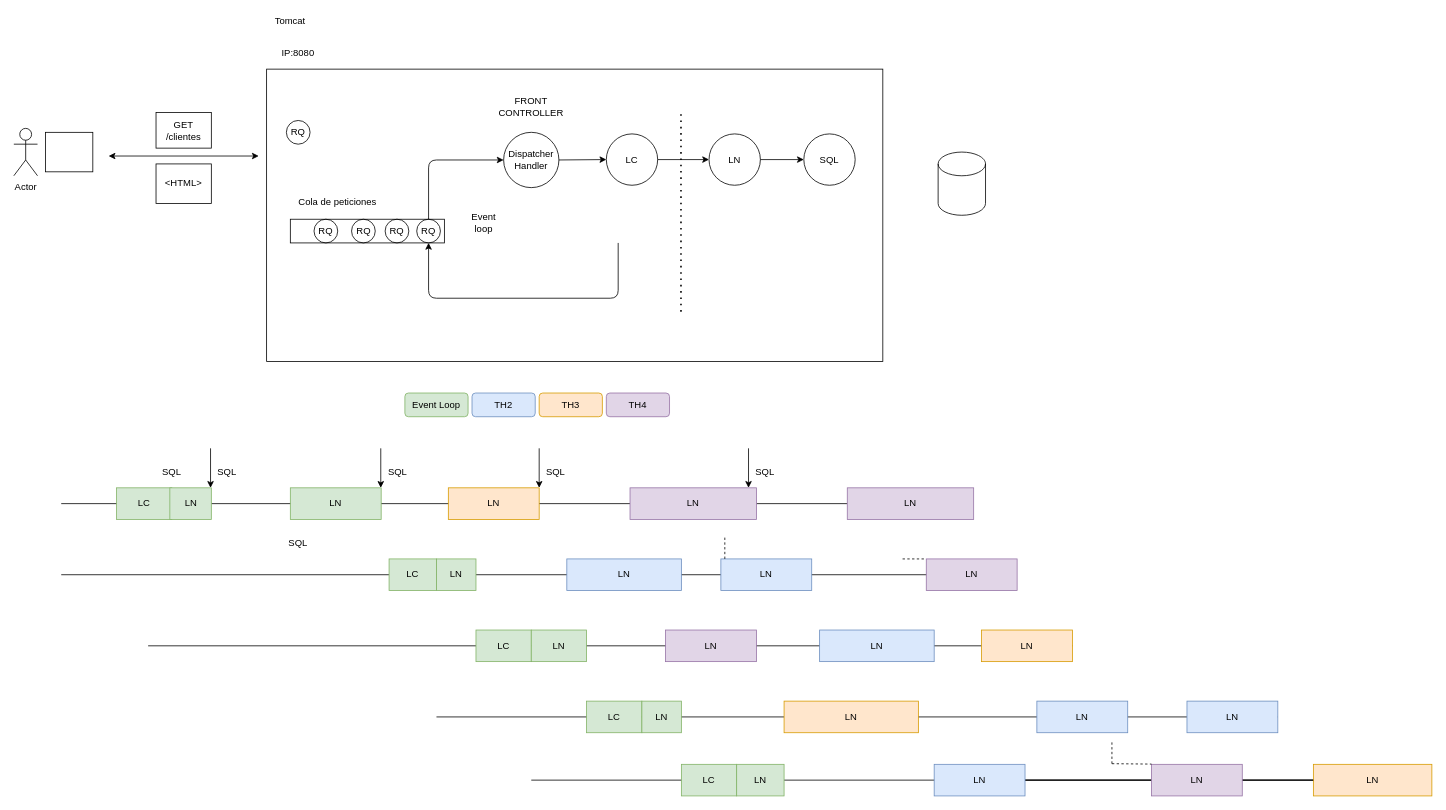
lrag/WebFlux keeps this draw.io diagram as page "Página-13" (13 of 20) of panel_microservicios_webflux_05_2022.drawio. Above is the earlier version. Source tidied: cells renumbered, new cells numbered last; positions are measured from the earlier drawing's top-left corner, leaving out a move shared by most shapes. Both pictures are drawn from the tidied source at 79%, with x=0, y=0 at pixel (13, 13).
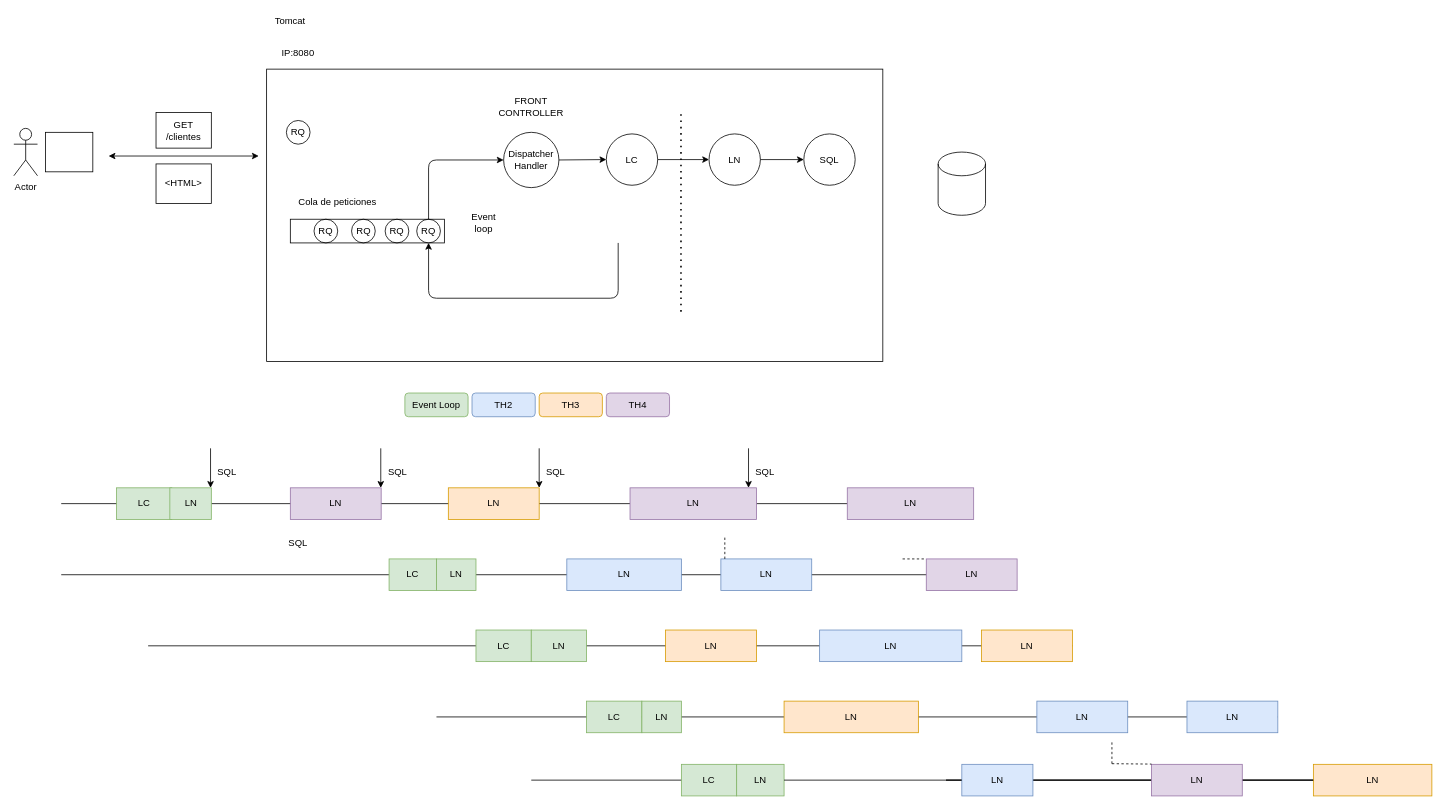
Above is the later version.

The change refers to these unchanged cells:
```xml
<mxCell id="58" value="LN" style="rounded=0;whiteSpace=wrap;html=1;fillColor=#ffe6cc;strokeColor=#d79b00;" parent="1" vertex="1">
  <mxGeometry x="1645" y="950" width="150" height="40" as="geometry" />
</mxCell>
<mxCell id="80" value="LN" style="rounded=0;whiteSpace=wrap;html=1;fillColor=#d5e8d4;strokeColor=#82b366;" parent="1" vertex="1">
  <mxGeometry x="915" y="950" width="60" height="40" as="geometry" />
</mxCell>
```

What changed in the source:
```diff
@@
-    <mxCell id="30" value="LN" style="rounded=0;whiteSpace=wrap;html=1;fillColor=#d5e8d4;strokeColor=#82b366;" parent="1" vertex="1">
+    <mxCell id="30" value="LN" style="rounded=0;whiteSpace=wrap;html=1;fillColor=#e1d5e7;strokeColor=#9673a6;" parent="1" vertex="1">
       <mxGeometry x="350" y="600" width="115" height="40" as="geometry" />
     </mxCell>
-    <mxCell id="31" value="SQL" style="text;html=1;strokeColor=none;fillColor=none;align=center;verticalAlign=middle;whiteSpace=wrap;rounded=0;" parent="1" vertex="1">
-      <mxGeometry x="180" y="570" width="40" height="20" as="geometry" />
-    </mxCell>
@@
-    <mxCell id="42" value="LN" style="rounded=0;whiteSpace=wrap;html=1;fillColor=#e1d5e7;strokeColor=#9673a6;" parent="1" vertex="1">
+    <mxCell id="42" value="LN" style="rounded=0;whiteSpace=wrap;html=1;fillColor=#ffe6cc;strokeColor=#d79b00;" parent="1" vertex="1">
       <mxGeometry x="825" y="780" width="115" height="40" as="geometry" />
     </mxCell>
     <mxCell id="43" value="LN" style="rounded=0;whiteSpace=wrap;html=1;fillColor=#dae8fc;strokeColor=#6c8ebf;" parent="1" vertex="1">
-      <mxGeometry x="1020" y="780" width="145" height="40" as="geometry" />
+      <mxGeometry x="1020" y="780" width="180" height="40" as="geometry" />
     </mxCell>
@@
-    <mxCell id="59" style="endArrow=none;html=1;startArrow=none;" parent="1" edge="1" source="80" target="58">
+    <mxCell id="59" style="endArrow=none;html=1;startArrow=none;" parent="1" edge="1" source="61" target="58">
       <mxGeometry relative="1" as="geometry" />
     </mxCell>
@@
-    <mxCell id="61" value="LN" style="rounded=0;whiteSpace=wrap;html=1;fillColor=#dae8fc;strokeColor=#6c8ebf;" parent="1" vertex="1">
-      <mxGeometry x="1165" y="950" width="115" height="40" as="geometry" />
-    </mxCell>
@@
+    <mxCell id="61" value="LN" style="rounded=0;whiteSpace=wrap;html=1;fillColor=#dae8fc;strokeColor=#6c8ebf;" parent="1" vertex="1">
+      <mxGeometry x="1200" y="950" width="90" height="40" as="geometry" />
+    </mxCell>
+    <mxCell id="86" style="endArrow=none;html=1;startArrow=none;" parent="1" edge="1" source="80" target="61">
+      <mxGeometry relative="1" as="geometry" />
+    </mxCell>
```
